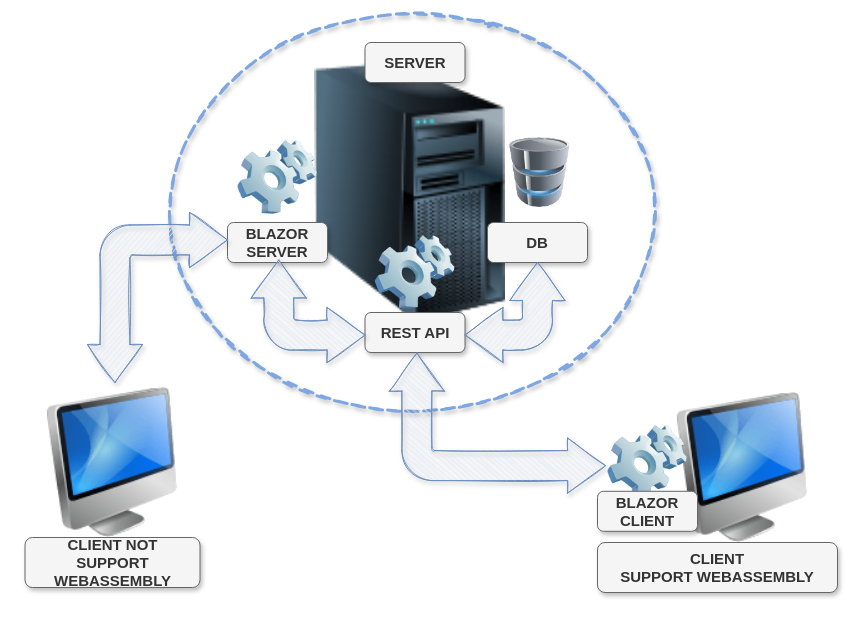
Before: Shared/restapi.drawio in mpaulohs/ShopOnlineBlazor, a draw.io diagram. Source tidied: cells renumbered, new cells numbered last; positions are measured from the earlier drawing's top-left corner, leaving out a move shared by most shapes. Both pictures are drawn from the tidied source at 100%, with x=0, y=0 at pixel (17, 22).
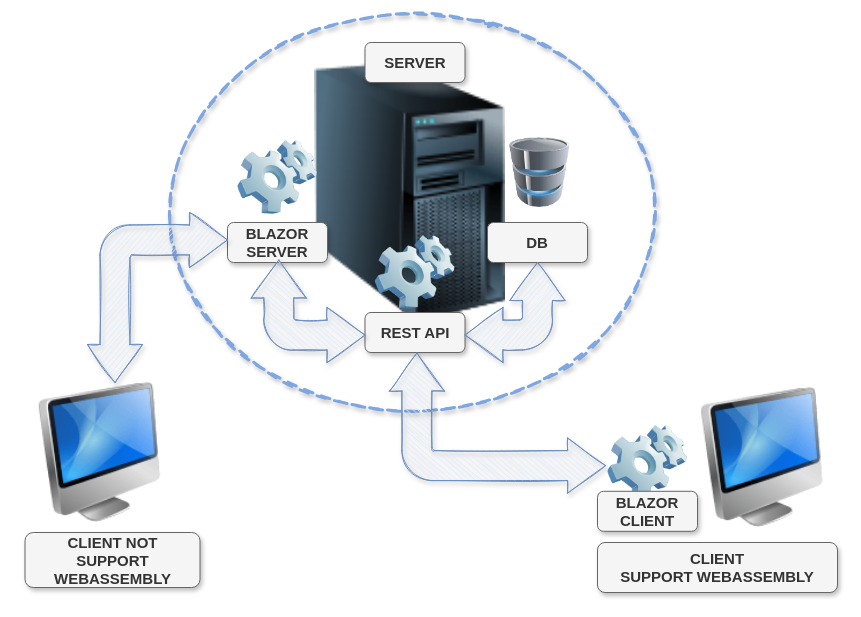
The same page after the edit.

The edit, as a diff of the source:
```diff
@@
     <mxCell id="2" style="image;html=1;image=img/lib/clip_art/computers/iMac_128x128.png;" parent="1" vertex="1">
-      <mxGeometry x="630" y="370" width="190" height="150" as="geometry" />
+      <mxGeometry x="670" y="365" width="150" height="140" as="geometry" />
     </mxCell>
@@
-    <mxCell id="6" style="image;html=1;image=img/lib/clip_art/computers/iMac_128x128.png;" parent="1" vertex="1">
-      <mxGeometry y="365" width="190" height="150" as="geometry" />
-    </mxCell>
@@
     <mxCell id="14" value="CLIENT NOT&lt;br style=&quot;font-size: 15px;&quot;&gt;SUPPORT WEBASSEMBLY" style="whiteSpace=wrap;html=1;align=center;fillColor=#f5f5f5;strokeColor=#666666;rounded=1;shadow=1;glass=0;sketch=0;fontStyle=1;fontSize=15;fontColor=#333333;" parent="1" vertex="1">
-      <mxGeometry x="7.5" y="515" width="175" height="50" as="geometry" />
+      <mxGeometry x="7.5" y="510" width="175" height="55" as="geometry" />
     </mxCell>
@@
+    <mxCell id="21" style="image;html=1;image=img/lib/clip_art/computers/iMac_128x128.png;" parent="1" vertex="1">
+      <mxGeometry x="7.5" y="360" width="150" height="140" as="geometry" />
+    </mxCell>
```
